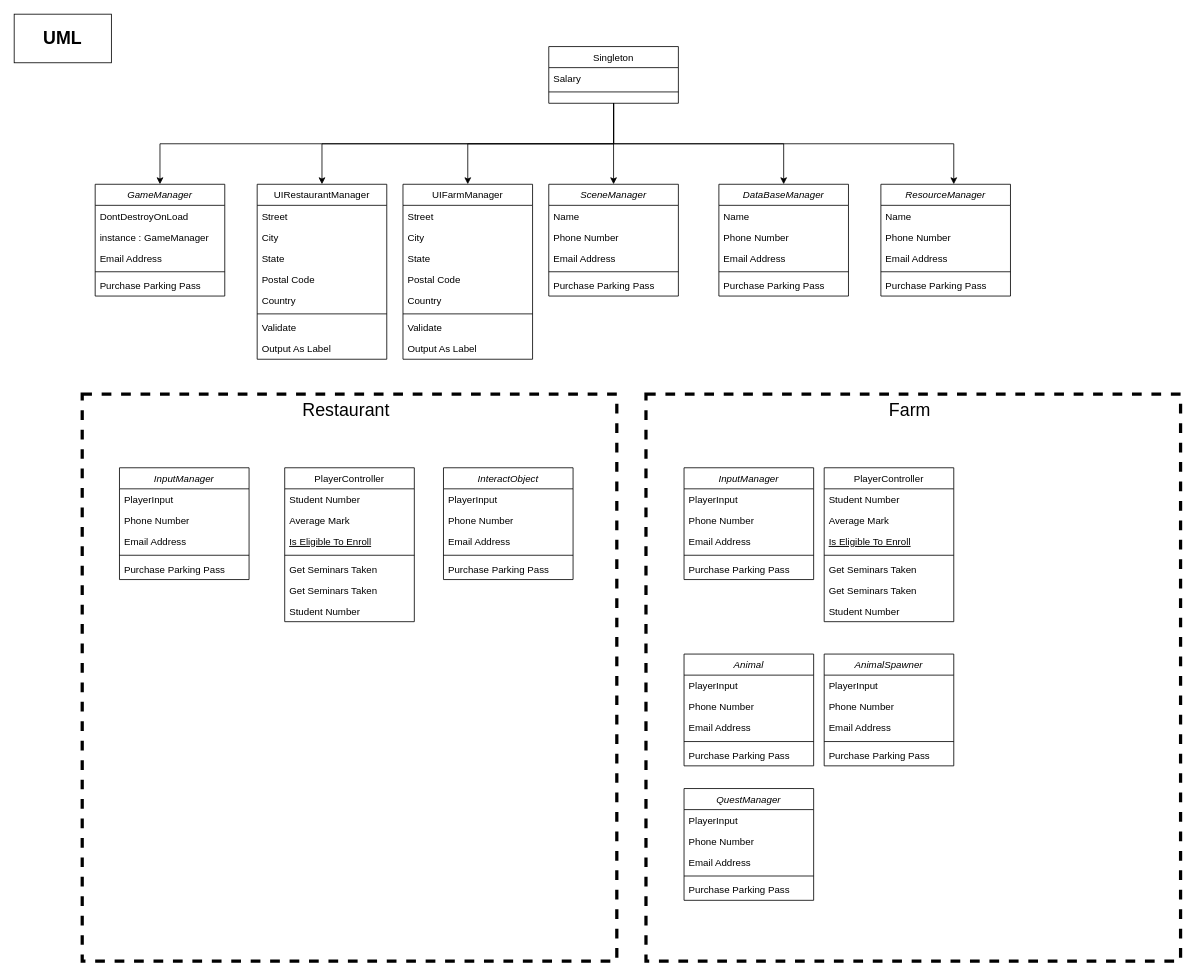
kkkkiiiiii/PIGUP-project keeps this draw.io diagram as PigUp UML.drawio. Above is the earlier version. Source tidied: cells renumbered, new cells numbered last; positions are measured from the earlier drawing's top-left corner, leaving out a move shared by most shapes. Both pictures are drawn from the tidied source at 81%, with x=0, y=0 at pixel (14, 14).
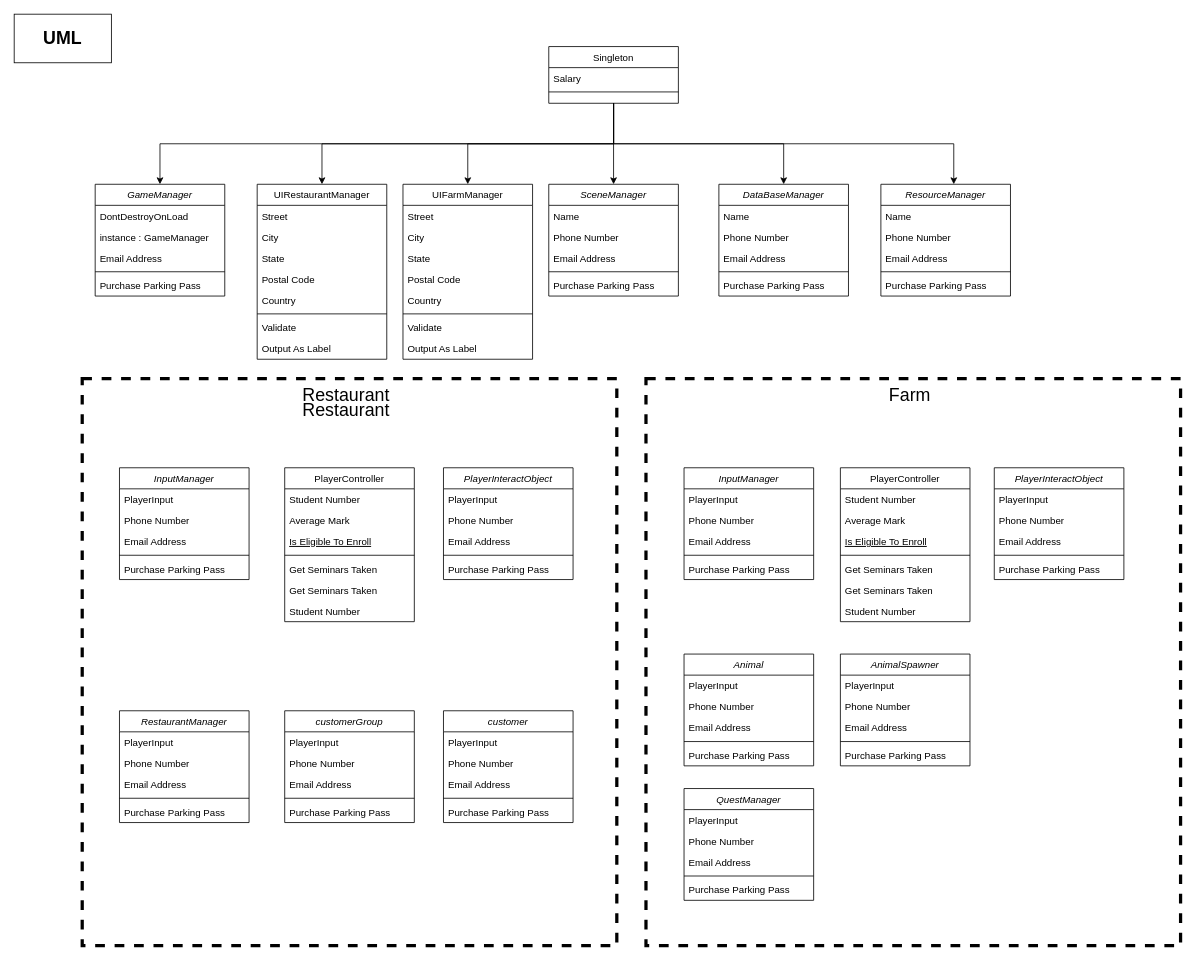
The same page after the edit.

Diff of the diagram source:
```diff
@@
     <mxCell id="2" style="rounded=0;whiteSpace=wrap;html=1;fontSize=22;fillColor=none;dashed=1;strokeWidth=4;" parent="1" vertex="1">
-      <mxGeometry x="780" y="469" width="660" height="700" as="geometry" />
+      <mxGeometry x="780" y="450" width="660" height="700" as="geometry" />
     </mxCell>
-    <mxCell id="3" style="rounded=0;whiteSpace=wrap;html=1;fontSize=22;fillColor=none;dashed=1;strokeWidth=4;" parent="1" vertex="1">
-      <mxGeometry x="84" y="469" width="660" height="700" as="geometry" />
-    </mxCell>
@@
-    <mxCell id="77" value="InteractObject" style="swimlane;fontStyle=2;align=center;verticalAlign=top;horizontal=1;startSize=26;rounded=0;shadow=0;strokeWidth=1;" parent="1" vertex="1">
+    <mxCell id="77" value="PlayerInteractObject" style="swimlane;fontStyle=2;align=center;verticalAlign=top;horizontal=1;startSize=26;rounded=0;shadow=0;strokeWidth=1;" parent="1" vertex="1">
       <mxGeometry x="530" y="560" width="160" height="138" as="geometry" />
     </mxCell>
@@
     <mxCell id="83" value="Farm" style="text;html=1;strokeColor=none;fillColor=none;align=center;verticalAlign=middle;whiteSpace=wrap;rounded=0;fontSize=22;" parent="1" vertex="1">
-      <mxGeometry x="971" y="469" width="270" height="41" as="geometry" />
+      <mxGeometry x="971" y="450" width="270" height="41" as="geometry" />
     </mxCell>
     <mxCell id="84" value="PlayerController" style="swimlane;fontStyle=0;align=center;verticalAlign=top;horizontal=1;startSize=26;rounded=0;shadow=0;strokeWidth=1;" parent="1" vertex="1">
-      <mxGeometry x="1000" y="560" width="160" height="190" as="geometry" />
+      <mxGeometry x="1020" y="560" width="160" height="190" as="geometry" />
     </mxCell>
@@
     <mxCell id="98" value="AnimalSpawner" style="swimlane;fontStyle=2;align=center;verticalAlign=top;horizontal=1;startSize=26;rounded=0;shadow=0;strokeWidth=1;" parent="1" vertex="1">
-      <mxGeometry x="1000" y="790" width="160" height="138" as="geometry" />
+      <mxGeometry x="1020" y="790" width="160" height="138" as="geometry" />
     </mxCell>
@@
+    <mxCell id="110" value="PlayerInteractObject" style="swimlane;fontStyle=2;align=center;verticalAlign=top;horizontal=1;startSize=26;rounded=0;shadow=0;strokeWidth=1;" parent="1" vertex="1">
+      <mxGeometry x="1210" y="560" width="160" height="138" as="geometry" />
+    </mxCell>
+    <mxCell id="111" value="PlayerInput" style="text;align=left;verticalAlign=top;spacingLeft=4;spacingRight=4;overflow=hidden;" parent="110" vertex="1">
+      <mxGeometry y="26" width="160" height="26" as="geometry" />
+    </mxCell>
+    <mxCell id="112" value="Phone Number" style="text;align=left;verticalAlign=top;spacingLeft=4;spacingRight=4;overflow=hidden;rounded=0;shadow=0;html=0;" parent="110" vertex="1">
+      <mxGeometry y="52" width="160" height="26" as="geometry" />
+    </mxCell>
+    <mxCell id="113" value="Email Address" style="text;align=left;verticalAlign=top;spacingLeft=4;spacingRight=4;overflow=hidden;rounded=0;shadow=0;html=0;" parent="110" vertex="1">
+      <mxGeometry y="78" width="160" height="26" as="geometry" />
+    </mxCell>
+    <mxCell id="114" style="line;html=1;strokeWidth=1;align=left;verticalAlign=middle;spacingTop=-1;spacingLeft=3;spacingRight=3;labelPosition=right;" parent="110" vertex="1">
+      <mxGeometry y="104" width="160" height="8" as="geometry" />
+    </mxCell>
+    <mxCell id="115" value="Purchase Parking Pass" style="text;align=left;verticalAlign=top;spacingLeft=4;spacingRight=4;overflow=hidden;" parent="110" vertex="1">
+      <mxGeometry y="112" width="160" height="26" as="geometry" />
+    </mxCell>
+    <mxCell id="116" value="RestaurantManager" style="swimlane;fontStyle=2;align=center;verticalAlign=top;horizontal=1;startSize=26;rounded=0;shadow=0;strokeWidth=1;" parent="1" vertex="1">
+      <mxGeometry x="130" y="860" width="160" height="138" as="geometry" />
+    </mxCell>
+    <mxCell id="117" value="PlayerInput" style="text;align=left;verticalAlign=top;spacingLeft=4;spacingRight=4;overflow=hidden;" parent="116" vertex="1">
+      <mxGeometry y="26" width="160" height="26" as="geometry" />
+    </mxCell>
+    <mxCell id="118" value="Phone Number" style="text;align=left;verticalAlign=top;spacingLeft=4;spacingRight=4;overflow=hidden;rounded=0;shadow=0;html=0;" parent="116" vertex="1">
+      <mxGeometry y="52" width="160" height="26" as="geometry" />
+    </mxCell>
+    <mxCell id="119" value="Email Address" style="text;align=left;verticalAlign=top;spacingLeft=4;spacingRight=4;overflow=hidden;rounded=0;shadow=0;html=0;" parent="116" vertex="1">
+      <mxGeometry y="78" width="160" height="26" as="geometry" />
+    </mxCell>
+    <mxCell id="120" style="line;html=1;strokeWidth=1;align=left;verticalAlign=middle;spacingTop=-1;spacingLeft=3;spacingRight=3;labelPosition=right;" parent="116" vertex="1">
+      <mxGeometry y="104" width="160" height="8" as="geometry" />
+    </mxCell>
+    <mxCell id="121" value="Purchase Parking Pass" style="text;align=left;verticalAlign=top;spacingLeft=4;spacingRight=4;overflow=hidden;" parent="116" vertex="1">
+      <mxGeometry y="112" width="160" height="26" as="geometry" />
+    </mxCell>
+    <mxCell id="122" value="customer" style="swimlane;fontStyle=2;align=center;verticalAlign=top;horizontal=1;startSize=26;rounded=0;shadow=0;strokeWidth=1;" parent="1" vertex="1">
+      <mxGeometry x="530" y="860" width="160" height="138" as="geometry" />
+    </mxCell>
+    <mxCell id="123" value="PlayerInput" style="text;align=left;verticalAlign=top;spacingLeft=4;spacingRight=4;overflow=hidden;" parent="122" vertex="1">
+      <mxGeometry y="26" width="160" height="26" as="geometry" />
+    </mxCell>
+    <mxCell id="124" value="Phone Number" style="text;align=left;verticalAlign=top;spacingLeft=4;spacingRight=4;overflow=hidden;rounded=0;shadow=0;html=0;" parent="122" vertex="1">
+      <mxGeometry y="52" width="160" height="26" as="geometry" />
+    </mxCell>
+    <mxCell id="125" value="Email Address" style="text;align=left;verticalAlign=top;spacingLeft=4;spacingRight=4;overflow=hidden;rounded=0;shadow=0;html=0;" parent="122" vertex="1">
+      <mxGeometry y="78" width="160" height="26" as="geometry" />
+    </mxCell>
+    <mxCell id="126" style="line;html=1;strokeWidth=1;align=left;verticalAlign=middle;spacingTop=-1;spacingLeft=3;spacingRight=3;labelPosition=right;" parent="122" vertex="1">
+      <mxGeometry y="104" width="160" height="8" as="geometry" />
+    </mxCell>
+    <mxCell id="127" value="Purchase Parking Pass" style="text;align=left;verticalAlign=top;spacingLeft=4;spacingRight=4;overflow=hidden;" parent="122" vertex="1">
+      <mxGeometry y="112" width="160" height="26" as="geometry" />
+    </mxCell>
+    <mxCell id="128" value="customerGroup" style="swimlane;fontStyle=2;align=center;verticalAlign=top;horizontal=1;startSize=26;rounded=0;shadow=0;strokeWidth=1;" parent="1" vertex="1">
+      <mxGeometry x="334" y="860" width="160" height="138" as="geometry" />
+    </mxCell>
+    <mxCell id="129" value="PlayerInput" style="text;align=left;verticalAlign=top;spacingLeft=4;spacingRight=4;overflow=hidden;" parent="128" vertex="1">
+      <mxGeometry y="26" width="160" height="26" as="geometry" />
+    </mxCell>
+    <mxCell id="130" value="Phone Number" style="text;align=left;verticalAlign=top;spacingLeft=4;spacingRight=4;overflow=hidden;rounded=0;shadow=0;html=0;" parent="128" vertex="1">
+      <mxGeometry y="52" width="160" height="26" as="geometry" />
+    </mxCell>
+    <mxCell id="131" value="Email Address" style="text;align=left;verticalAlign=top;spacingLeft=4;spacingRight=4;overflow=hidden;rounded=0;shadow=0;html=0;" parent="128" vertex="1">
+      <mxGeometry y="78" width="160" height="26" as="geometry" />
+    </mxCell>
+    <mxCell id="132" style="line;html=1;strokeWidth=1;align=left;verticalAlign=middle;spacingTop=-1;spacingLeft=3;spacingRight=3;labelPosition=right;" parent="128" vertex="1">
+      <mxGeometry y="104" width="160" height="8" as="geometry" />
+    </mxCell>
+    <mxCell id="133" value="Purchase Parking Pass" style="text;align=left;verticalAlign=top;spacingLeft=4;spacingRight=4;overflow=hidden;" parent="128" vertex="1">
+      <mxGeometry y="112" width="160" height="26" as="geometry" />
+    </mxCell>
+    <mxCell id="134" value="Restaurant" style="text;html=1;strokeColor=none;fillColor=none;align=center;verticalAlign=middle;whiteSpace=wrap;rounded=0;fontSize=22;" parent="1" vertex="1">
+      <mxGeometry x="275" y="450" width="270" height="41" as="geometry" />
+    </mxCell>
+    <mxCell id="135" style="rounded=0;whiteSpace=wrap;html=1;fontSize=22;fillColor=none;dashed=1;strokeWidth=4;" parent="1" vertex="1">
+      <mxGeometry x="84" y="450" width="660" height="700" as="geometry" />
+    </mxCell>
```
